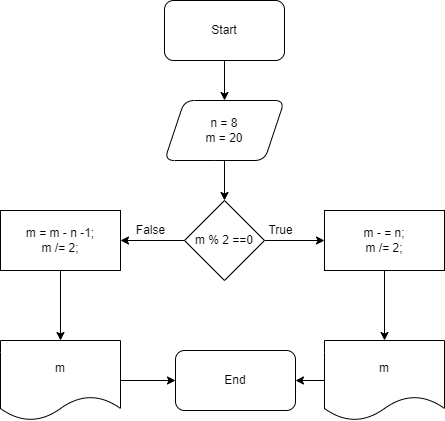
The draw.io diagram alg4.png in Kamran-Zeynalov/Algoritm-2, before a commit. Source tidied: cells renumbered, new cells last; positions are measured from the earlier drawing's top-left corner, leaving out a move shared by most shapes. The source it was exported from:
```xml
<mxGraphModel>
  <root>
    <mxCell id="0" />
    <mxCell id="1" parent="0" />
    <mxCell id="2" style="edgeStyle=orthogonalEdgeStyle;rounded=0;jettySize=auto;html=1;" parent="1" edge="1" source="3" target="5">
      <mxGeometry relative="1" as="geometry" />
    </mxCell>
    <mxCell id="3" value="Start" style="rounded=1;whiteSpace=wrap;html=1;" parent="1" vertex="1">
      <mxGeometry x="164" width="120" height="60" as="geometry" />
    </mxCell>
    <mxCell id="4" style="edgeStyle=orthogonalEdgeStyle;rounded=0;jettySize=auto;html=1;" parent="1" edge="1" source="5">
      <mxGeometry relative="1" as="geometry">
        <mxPoint x="224" y="200" as="targetPoint" />
      </mxGeometry>
    </mxCell>
    <mxCell id="5" value="n = 8&lt;br&gt;m = 20" style="shape=parallelogram;perimeter=parallelogramPerimeter;whiteSpace=wrap;html=1;fixedSize=1;rounded=1;" parent="1" vertex="1">
      <mxGeometry x="164" y="100" width="120" height="60" as="geometry" />
    </mxCell>
    <mxCell id="6" style="edgeStyle=orthogonalEdgeStyle;rounded=0;jettySize=auto;html=1;" parent="1" edge="1" source="8" target="10">
      <mxGeometry relative="1" as="geometry" />
    </mxCell>
    <mxCell id="7" style="edgeStyle=orthogonalEdgeStyle;rounded=0;jettySize=auto;html=1;" parent="1" edge="1" source="8" target="15">
      <mxGeometry relative="1" as="geometry" />
    </mxCell>
    <mxCell id="8" value="m % 2 ==0" style="rhombus;whiteSpace=wrap;html=1;" parent="1" vertex="1">
      <mxGeometry x="184" y="200" width="80" height="80" as="geometry" />
    </mxCell>
    <mxCell id="9" style="edgeStyle=orthogonalEdgeStyle;rounded=0;jettySize=auto;html=1;" parent="1" edge="1" source="10" target="12">
      <mxGeometry relative="1" as="geometry" />
    </mxCell>
    <mxCell id="10" value="m - = n;&lt;br&gt;m /= 2;" style="whiteSpace=wrap;html=1;" parent="1" vertex="1">
      <mxGeometry x="324" y="210" width="120" height="60" as="geometry" />
    </mxCell>
    <mxCell id="11" style="edgeStyle=orthogonalEdgeStyle;rounded=0;jettySize=auto;html=1;" parent="1" edge="1" source="12" target="13">
      <mxGeometry relative="1" as="geometry" />
    </mxCell>
    <mxCell id="12" value="m" style="shape=document;whiteSpace=wrap;html=1;boundedLbl=1;" parent="1" vertex="1">
      <mxGeometry x="324" y="340" width="120" height="80" as="geometry" />
    </mxCell>
    <mxCell id="13" value="End" style="rounded=1;whiteSpace=wrap;html=1;" parent="1" vertex="1">
      <mxGeometry x="175" y="350" width="120" height="60" as="geometry" />
    </mxCell>
    <mxCell id="14" style="edgeStyle=orthogonalEdgeStyle;rounded=0;jettySize=auto;html=1;" parent="1" edge="1" source="15" target="19">
      <mxGeometry relative="1" as="geometry" />
    </mxCell>
    <mxCell id="15" value="m = m - n -1;&lt;br&gt;m /= 2;" style="whiteSpace=wrap;html=1;" parent="1" vertex="1">
      <mxGeometry y="210" width="120" height="60" as="geometry" />
    </mxCell>
    <mxCell id="16" value="True" style="text;html=1;align=center;verticalAlign=middle;strokeColor=none;fillColor=none;" parent="1" vertex="1">
      <mxGeometry x="255" y="215" width="50" height="30" as="geometry" />
    </mxCell>
    <mxCell id="17" value="False" style="text;html=1;align=center;verticalAlign=middle;strokeColor=none;fillColor=none;" parent="1" vertex="1">
      <mxGeometry x="125" y="215" width="50" height="30" as="geometry" />
    </mxCell>
    <mxCell id="18" style="edgeStyle=orthogonalEdgeStyle;rounded=0;jettySize=auto;html=1;" parent="1" edge="1" source="19" target="13">
      <mxGeometry relative="1" as="geometry" />
    </mxCell>
    <mxCell id="19" value="m" style="shape=document;whiteSpace=wrap;html=1;boundedLbl=1;" parent="1" vertex="1">
      <mxGeometry y="340" width="120" height="80" as="geometry" />
    </mxCell>
  </root>
</mxGraphModel>
```
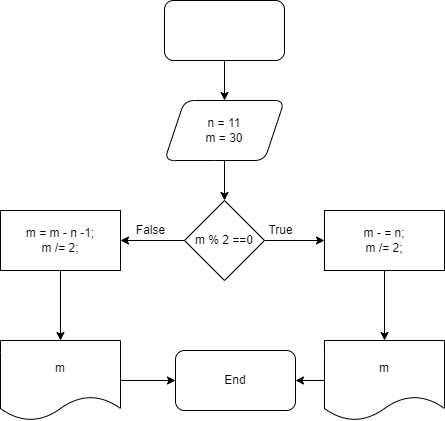
Above is the later version.

Commit message:
Algoritm qurulmasi

Diff of the diagram source:
```diff
@@ -5,7 +5,7 @@
     <mxCell id="2" style="edgeStyle=orthogonalEdgeStyle;rounded=0;jettySize=auto;html=1;" parent="1" edge="1" source="3" target="5">
       <mxGeometry relative="1" as="geometry" />
     </mxCell>
-    <mxCell id="3" value="Start" style="rounded=1;whiteSpace=wrap;html=1;" parent="1" vertex="1">
+    <mxCell id="3" style="rounded=1;whiteSpace=wrap;html=1;" parent="1" vertex="1">
       <mxGeometry x="164" width="120" height="60" as="geometry" />
     </mxCell>
     <mxCell id="4" style="edgeStyle=orthogonalEdgeStyle;rounded=0;jettySize=auto;html=1;" parent="1" edge="1" source="5">
@@ -13,7 +13,7 @@
         <mxPoint x="224" y="200" as="targetPoint" />
       </mxGeometry>
     </mxCell>
-    <mxCell id="5" value="n = 8&lt;br&gt;m = 20" style="shape=parallelogram;perimeter=parallelogramPerimeter;whiteSpace=wrap;html=1;fixedSize=1;rounded=1;" parent="1" vertex="1">
+    <mxCell id="5" value="n = 11&lt;br&gt;m = 30" style="shape=parallelogram;perimeter=parallelogramPerimeter;whiteSpace=wrap;html=1;fixedSize=1;rounded=1;" parent="1" vertex="1">
       <mxGeometry x="164" y="100" width="120" height="60" as="geometry" />
     </mxCell>
     <mxCell id="6" style="edgeStyle=orthogonalEdgeStyle;rounded=0;jettySize=auto;html=1;" parent="1" edge="1" source="8" target="10">
```
